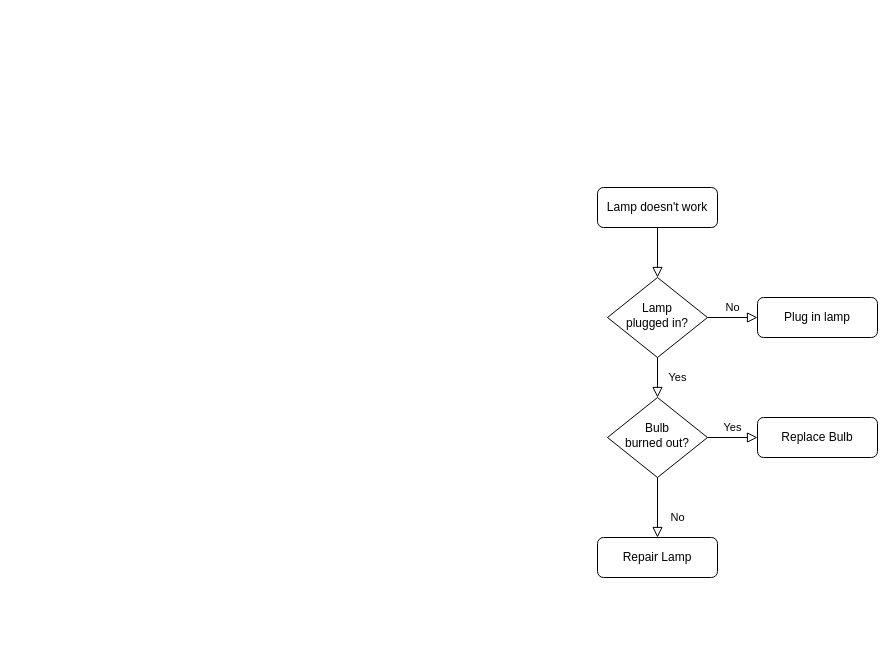
Earlier version of the draw.io diagram Диаграмма без названия.drawio (avgor80/stuff). Source tidied: cells renumbered, new cells numbered last; positions are measured from the earlier drawing's top-left corner, leaving out a move shared by most shapes. Both pictures are drawn from the tidied source at 100%, with x=0, y=0 at pixel (597, 187).
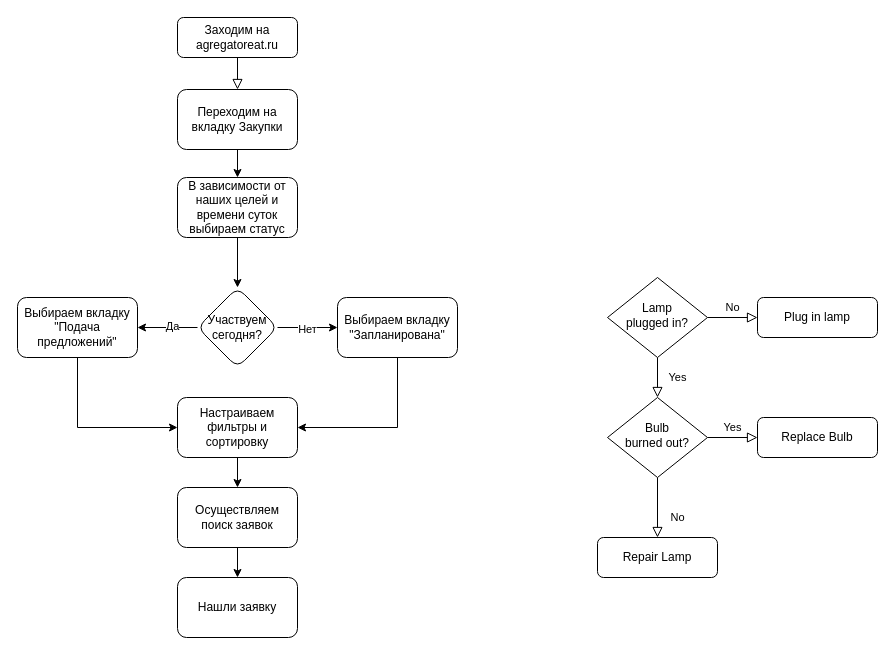
The same page after the edit.

The change refers to these unchanged cells:
```xml
<mxCell id="6" value="Lamp&lt;br&gt;plugged in?" style="rhombus;whiteSpace=wrap;html=1;shadow=0;fontFamily=Helvetica;fontSize=12;align=center;strokeWidth=1;spacing=6;spacingTop=-4;" parent="1" vertex="1">
  <mxGeometry x="10" y="90" width="100" height="80" as="geometry" />
</mxCell>
```

What changed in the source:
```diff
@@
-    <mxCell id="2" style="rounded=0;html=1;jettySize=auto;fontSize=11;endArrow=block;endFill=0;endSize=8;strokeWidth=1;shadow=0;labelBackgroundColor=none;edgeStyle=orthogonalEdgeStyle;" parent="1" edge="1" source="3" target="6">
+    <mxCell id="2" style="rounded=0;html=1;jettySize=auto;fontSize=11;endArrow=block;endFill=0;endSize=8;strokeWidth=1;shadow=0;labelBackgroundColor=none;edgeStyle=orthogonalEdgeStyle;entryX=0.5;entryY=0;entryDx=0;entryDy=0;" parent="1" edge="1" source="3" target="14">
       <mxGeometry relative="1" as="geometry" />
     </mxCell>
-    <mxCell id="3" value="Lamp doesn't work" style="rounded=1;whiteSpace=wrap;html=1;fontSize=12;glass=0;strokeWidth=1;shadow=0;" parent="1" vertex="1">
-      <mxGeometry width="120" height="40" as="geometry" />
+    <mxCell id="3" value="Заходим на agregatoreat.ru" style="rounded=1;whiteSpace=wrap;html=1;fontSize=12;glass=0;strokeWidth=1;shadow=0;" parent="1" vertex="1">
+      <mxGeometry x="-420" y="-170" width="120" height="40" as="geometry" />
     </mxCell>
@@
+    <mxCell id="13" style="edgeStyle=orthogonalEdgeStyle;rounded=0;jettySize=auto;html=1;" parent="1" edge="1" source="14" target="16">
+      <mxGeometry relative="1" as="geometry" />
+    </mxCell>
+    <mxCell id="14" value="Переходим на вкладку Закупки" style="rounded=1;whiteSpace=wrap;html=1;" parent="1" vertex="1">
+      <mxGeometry x="-420" y="-98" width="120" height="60" as="geometry" />
+    </mxCell>
+    <mxCell id="15" style="edgeStyle=orthogonalEdgeStyle;rounded=0;jettySize=auto;html=1;" parent="1" edge="1" source="16" target="21">
+      <mxGeometry relative="1" as="geometry" />
+    </mxCell>
+    <mxCell id="16" value="В зависимости от наших целей и времени суток выбираем статус" style="whiteSpace=wrap;html=1;rounded=1;" parent="1" vertex="1">
+      <mxGeometry x="-420" y="-10" width="120" height="60" as="geometry" />
+    </mxCell>
+    <mxCell id="17" style="edgeStyle=orthogonalEdgeStyle;rounded=0;jettySize=auto;html=1;" parent="1" edge="1" source="21" target="23">
+      <mxGeometry relative="1" as="geometry" />
+    </mxCell>
+    <mxCell id="18" value="Да" style="edgeLabel;html=1;align=center;verticalAlign=middle;" parent="17" vertex="1">
+      <mxGeometry x="-0.13" y="-2" relative="1" as="geometry" />
+    </mxCell>
+    <mxCell id="19" style="edgeStyle=orthogonalEdgeStyle;rounded=0;jettySize=auto;html=1;" parent="1" edge="1" source="21" target="25">
+      <mxGeometry relative="1" as="geometry" />
+    </mxCell>
+    <mxCell id="20" value="Нет" style="edgeLabel;html=1;align=center;verticalAlign=middle;" parent="19" vertex="1">
+      <mxGeometry x="-0.03" y="-1" relative="1" as="geometry" />
+    </mxCell>
+    <mxCell id="21" value="Участвуем сегодня?" style="rhombus;whiteSpace=wrap;html=1;rounded=1;" parent="1" vertex="1">
+      <mxGeometry x="-400" y="100" width="80" height="80" as="geometry" />
+    </mxCell>
+    <mxCell id="22" style="edgeStyle=orthogonalEdgeStyle;rounded=0;jettySize=auto;html=1;entryX=0;entryY=0.5;entryDx=0;entryDy=0;exitX=0.5;exitY=1;exitDx=0;exitDy=0;" parent="1" edge="1" source="23" target="27">
+      <mxGeometry relative="1" as="geometry" />
+    </mxCell>
+    <mxCell id="23" value="Выбираем вкладку &quot;Подача предложений&quot;" style="whiteSpace=wrap;html=1;rounded=1;" parent="1" vertex="1">
+      <mxGeometry x="-580" y="110" width="120" height="60" as="geometry" />
+    </mxCell>
+    <mxCell id="24" style="edgeStyle=orthogonalEdgeStyle;rounded=0;jettySize=auto;html=1;entryX=1;entryY=0.5;entryDx=0;entryDy=0;exitX=0.5;exitY=1;exitDx=0;exitDy=0;" parent="1" edge="1" source="25" target="27">
+      <mxGeometry relative="1" as="geometry" />
+    </mxCell>
+    <mxCell id="25" value="Выбираем вкладку &quot;Запланирована&quot;" style="whiteSpace=wrap;html=1;rounded=1;" parent="1" vertex="1">
+      <mxGeometry x="-260" y="110" width="120" height="60" as="geometry" />
+    </mxCell>
+    <mxCell id="26" style="edgeStyle=orthogonalEdgeStyle;rounded=0;jettySize=auto;html=1;" parent="1" edge="1" source="27" target="29">
+      <mxGeometry relative="1" as="geometry" />
+    </mxCell>
+    <mxCell id="27" value="Настраиваем фильтры и сортировку" style="whiteSpace=wrap;html=1;rounded=1;" parent="1" vertex="1">
+      <mxGeometry x="-420" y="210" width="120" height="60" as="geometry" />
+    </mxCell>
+    <mxCell id="28" style="edgeStyle=orthogonalEdgeStyle;rounded=0;jettySize=auto;html=1;" parent="1" edge="1" source="29" target="30">
+      <mxGeometry relative="1" as="geometry" />
+    </mxCell>
+    <mxCell id="29" value="Осуществляем поиск заявок" style="whiteSpace=wrap;html=1;rounded=1;" parent="1" vertex="1">
+      <mxGeometry x="-420" y="300" width="120" height="60" as="geometry" />
+    </mxCell>
+    <mxCell id="30" value="Нашли заявку" style="whiteSpace=wrap;html=1;rounded=1;" parent="1" vertex="1">
+      <mxGeometry x="-420" y="390" width="120" height="60" as="geometry" />
+    </mxCell>
```
